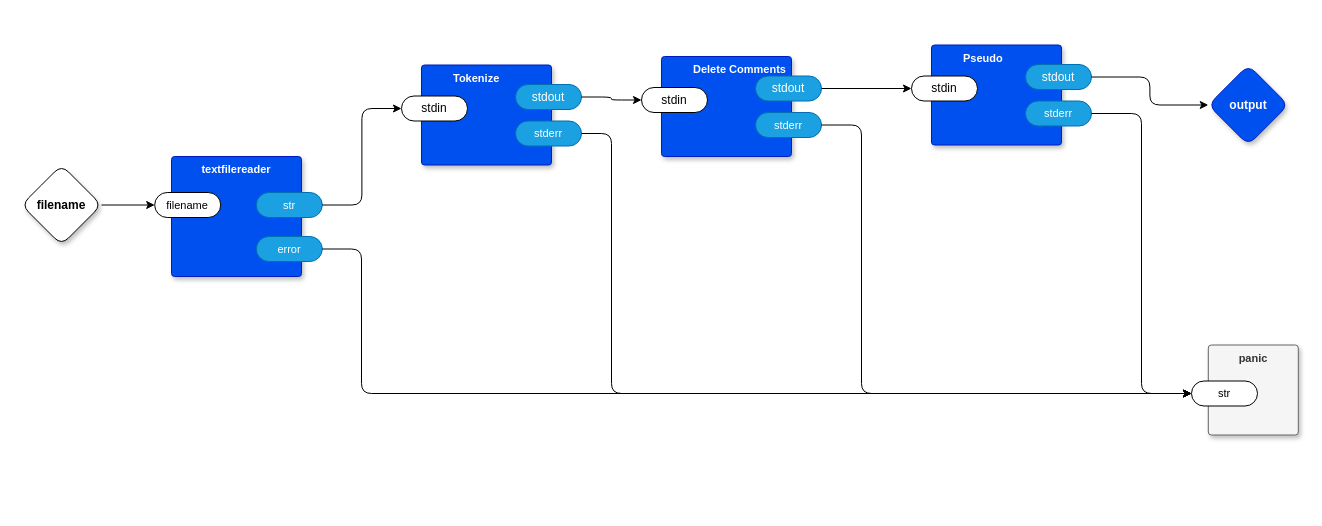
Above: page "main" (1 of 10) of syntax-mapper/syntaxmapper.drawio in guitarvydas/0dv2 (draw.io), before the change. Source tidied: cells renumbered, new cells numbered last; positions are measured from the earlier drawing's top-left corner, leaving out a move shared by most shapes. Both pictures are drawn from the tidied source at 100%, with x=0, y=0 at pixel (21, 45).
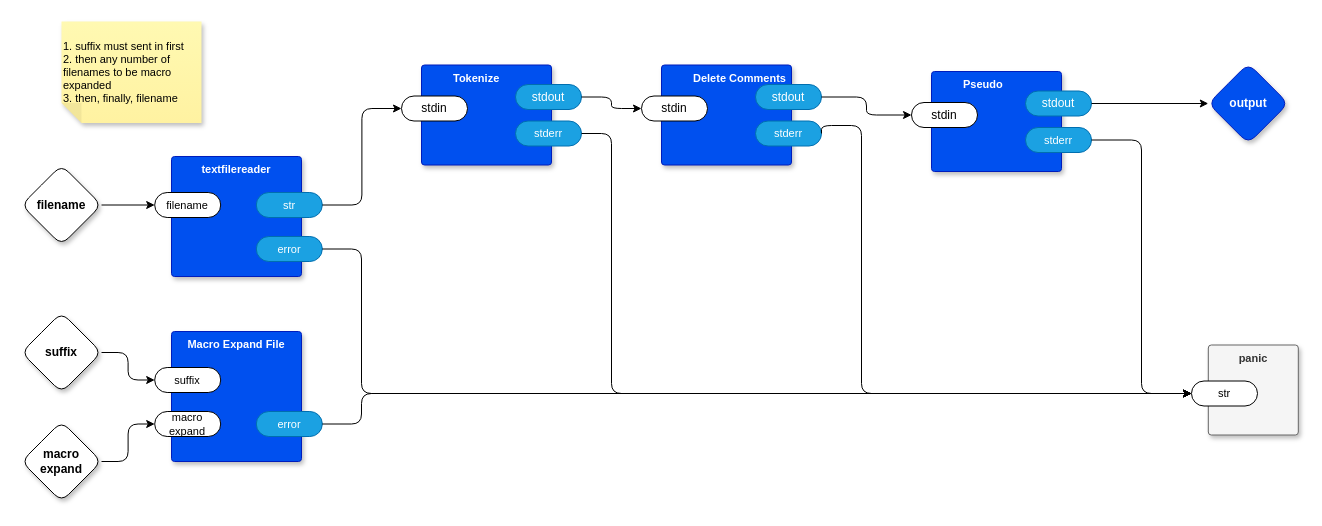
The same diagram, later.

Unchanged cells that the change refers to:
```xml
<mxCell id="10" value="str" style="rounded=1;whiteSpace=wrap;html=1;sketch=0;points=[[0,0.5,0,0,0],[1,0.5,0,0,0]];arcSize=50;fontFamily=Helvetica;fontSize=11;fontColor=default;" parent="9" vertex="1">
  <mxGeometry x="-16.8" y="36" width="66" height="25" as="geometry" />
</mxCell>
```

Diff of the diagram source:
```diff
@@
     <mxCell id="4" value="output" style="rhombus;whiteSpace=wrap;html=1;rounded=1;fillColor=#0050ef;fontColor=#ffffff;strokeColor=#001DBC;fontStyle=1;glass=0;sketch=0;fontSize=12;points=[[0,0.5,0,0,0],[0.5,0,0,0,0],[0.5,1,0,0,0],[1,0.5,0,0,0]];shadow=1;" parent="1" vertex="1">
-      <mxGeometry x="1186.8" y="19.5" width="80" height="80" as="geometry" />
+      <mxGeometry x="1186.8" y="18" width="80" height="80" as="geometry" />
     </mxCell>
@@
     <mxCell id="17" value="&lt;div&gt;Delete Comments&lt;/div&gt;" style="rounded=1;sketch=0;verticalAlign=top;arcSize=6;fontStyle=1;absoluteArcSize=1;shadow=1;strokeColor=#001DBC;fillColor=#0050ef;fontColor=#ffffff;fontFamily=Helvetica;fontSize=11;html=1;whiteSpace=wrap;align=left;spacingLeft=30;" parent="1" vertex="1">
-      <mxGeometry x="640" y="11" width="130" height="100" as="geometry" />
+      <mxGeometry x="640" y="19.5" width="130" height="100" as="geometry" />
     </mxCell>
@@
     <mxCell id="24" value="&lt;div&gt;Pseudo&lt;/div&gt;" style="rounded=1;sketch=0;verticalAlign=top;arcSize=6;fontStyle=1;absoluteArcSize=1;shadow=1;strokeColor=#001DBC;fillColor=#0050ef;fontColor=#ffffff;fontFamily=Helvetica;fontSize=11;html=1;whiteSpace=wrap;align=left;spacingLeft=30;" parent="1" vertex="1">
-      <mxGeometry x="910" y="-0.5" width="130" height="100" as="geometry" />
+      <mxGeometry x="910" y="26" width="130" height="100" as="geometry" />
     </mxCell>
@@
+    <mxCell id="31" value="Macro Expand File" style="rounded=1;whiteSpace=wrap;html=1;sketch=0;verticalAlign=top;arcSize=6;fontStyle=1;absoluteArcSize=1;shadow=1;strokeColor=#001DBC;fillColor=#0050ef;fontColor=#ffffff;fontFamily=Helvetica;fontSize=11;" parent="1" vertex="1">
+      <mxGeometry x="150" y="286" width="130" height="130" as="geometry" />
+    </mxCell>
+    <mxCell id="32" value="suffix" style="rounded=1;whiteSpace=wrap;html=1;sketch=0;points=[[0,0.5,0,0,0],[1,0.5,0,0,0]];arcSize=50;fontFamily=Helvetica;fontSize=11;fontColor=default;" parent="31" vertex="1">
+      <mxGeometry x="-16.8" y="36" width="66" height="25" as="geometry" />
+    </mxCell>
+    <mxCell id="33" value="error" style="rounded=1;whiteSpace=wrap;html=1;sketch=0;points=[[0,0.5,0,0,0],[1,0.5,0,0,0]];fillColor=#1ba1e2;fontColor=#ffffff;strokeColor=#006EAF;arcSize=50;fontFamily=Helvetica;fontSize=11;" parent="31" vertex="1">
+      <mxGeometry x="84.8" y="80" width="66" height="25" as="geometry" />
+    </mxCell>
+    <mxCell id="34" value="macro expand" style="rounded=1;whiteSpace=wrap;html=1;sketch=0;points=[[0,0.5,0,0,0],[1,0.5,0,0,0]];arcSize=50;fontFamily=Helvetica;fontSize=11;fontColor=default;" parent="31" vertex="1">
+      <mxGeometry x="-16.8" y="80" width="66" height="25" as="geometry" />
+    </mxCell>
+    <mxCell id="35" style="edgeStyle=orthogonalEdgeStyle;shape=connector;rounded=1;jumpStyle=arc;jettySize=auto;html=1;labelBackgroundColor=default;strokeColor=default;fontFamily=Helvetica;fontSize=11;fontColor=default;endArrow=classic;" parent="1" edge="1" source="36" target="32">
+      <mxGeometry relative="1" as="geometry" />
+    </mxCell>
+    <mxCell id="36" value="suffix" style="rhombus;whiteSpace=wrap;html=1;rounded=1;fontStyle=1;glass=0;sketch=0;fontSize=12;points=[[0,0.5,0,0,0],[0.5,0,0,0,0],[0.5,1,0,0,0],[1,0.5,0,0,0]];shadow=1;" parent="1" vertex="1">
+      <mxGeometry y="267" width="80" height="80" as="geometry" />
+    </mxCell>
+    <mxCell id="37" style="edgeStyle=orthogonalEdgeStyle;shape=connector;rounded=1;jumpStyle=arc;jettySize=auto;html=1;entryX=0;entryY=0.5;entryDx=0;entryDy=0;entryPerimeter=0;labelBackgroundColor=default;strokeColor=default;fontFamily=Helvetica;fontSize=11;fontColor=default;endArrow=classic;" parent="1" edge="1" source="38" target="34">
+      <mxGeometry relative="1" as="geometry" />
+    </mxCell>
+    <mxCell id="38" value="macro expand" style="rhombus;whiteSpace=wrap;html=1;rounded=1;fontStyle=1;glass=0;sketch=0;fontSize=12;points=[[0,0.5,0,0,0],[0.5,0,0,0,0],[0.5,1,0,0,0],[1,0.5,0,0,0]];shadow=1;" parent="1" vertex="1">
+      <mxGeometry y="376" width="80" height="80" as="geometry" />
+    </mxCell>
+    <mxCell id="39" style="edgeStyle=orthogonalEdgeStyle;shape=connector;rounded=1;jumpStyle=arc;jettySize=auto;html=1;entryX=0;entryY=0.5;entryDx=0;entryDy=0;entryPerimeter=0;labelBackgroundColor=default;strokeColor=default;fontFamily=Helvetica;fontSize=11;fontColor=default;endArrow=classic;" parent="1" edge="1" source="33" target="10">
+      <mxGeometry relative="1" as="geometry">
+        <Array as="points">
+          <mxPoint x="340" y="379" />
+          <mxPoint x="340" y="348" />
+        </Array>
+      </mxGeometry>
+    </mxCell>
+    <mxCell id="40" value="1. suffix must sent in first&lt;br&gt;2. then any number of filenames to be macro expanded&lt;br&gt;3. then, finally, filename" style="shape=note;whiteSpace=wrap;html=1;backgroundOutline=1;fontColor=#000000;darkOpacity=0.05;fillColor=#FFF9B2;strokeColor=none;fillStyle=solid;direction=west;gradientDirection=north;gradientColor=#FFF2A1;shadow=1;size=20;fontFamily=Helvetica;fontSize=11;align=left;" parent="1" vertex="1">
+      <mxGeometry x="40" y="-24" width="140" height="101.5" as="geometry" />
+    </mxCell>
```
